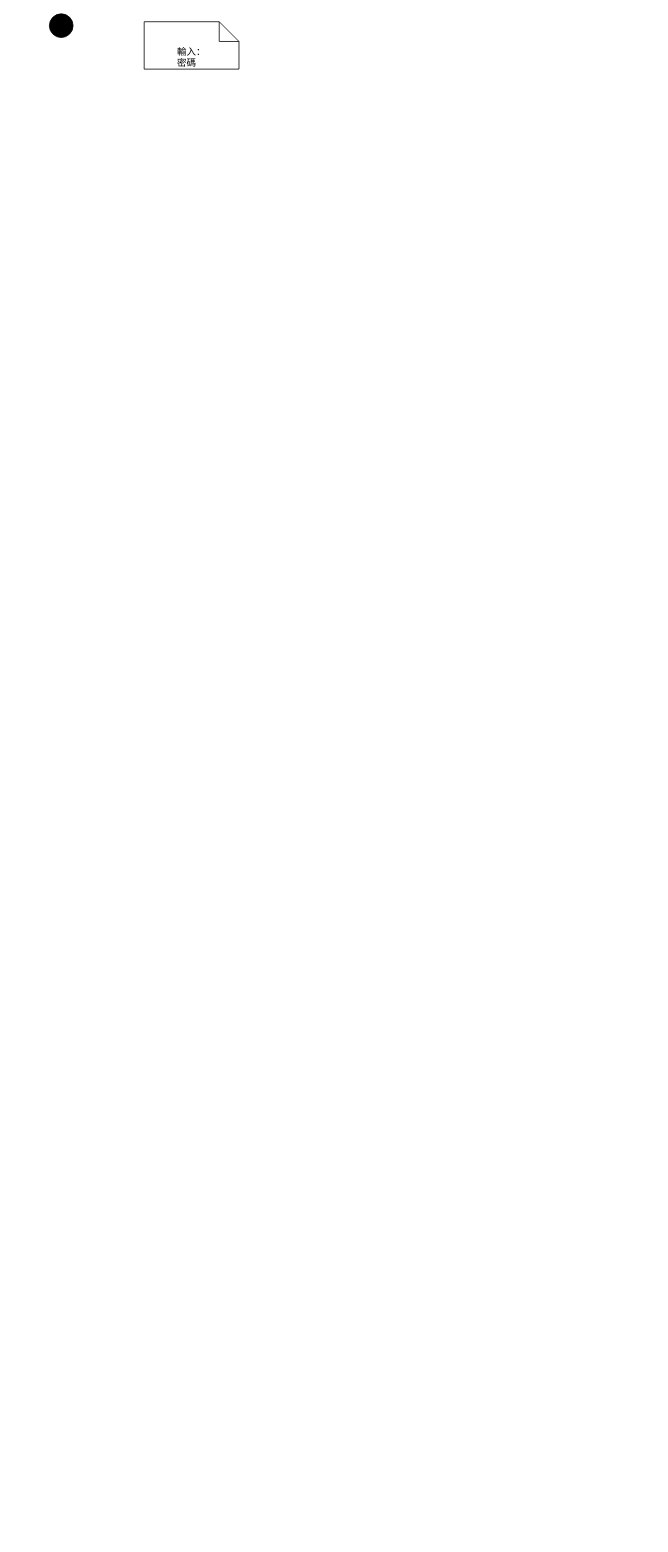
Miinteaa/Miinteaa keeps this draw.io diagram as SA_final.drawio. Above is the earlier version. Source tidied: cells renumbered, new cells numbered last; positions are measured from the earlier drawing's top-left corner, leaving out a move shared by most shapes. Both pictures are drawn from the tidied source at 79%, with x=0, y=0 at pixel (49, 13).
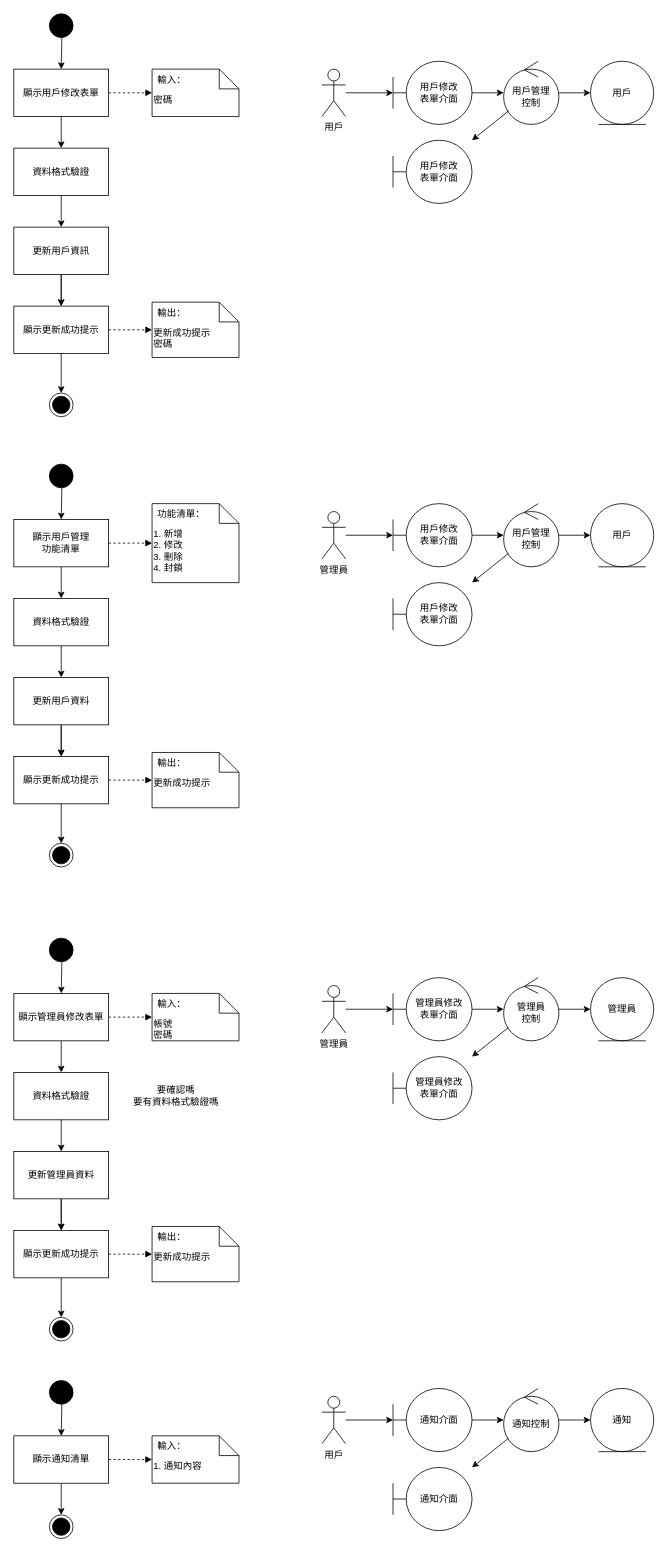
The same page after the edit.

Unchanged cells that the change refers to:
```xml
<mxCell id="2" style="ellipse;fillColor=strokeColor;html=1;" parent="1" vertex="1">
  <mxGeometry width="30" height="30" as="geometry" />
</mxCell>
```

Change to the diagram source:
```diff
@@
-    <mxCell id="3" value="&lt;div style=&quot;text-align: left;&quot;&gt;&lt;span style=&quot;background-color: initial;&quot;&gt;輸入：&lt;/span&gt;&lt;/div&gt;&lt;div style=&quot;text-align: left;&quot;&gt;&lt;span style=&quot;background-color: initial;&quot;&gt;密碼&lt;/span&gt;&lt;/div&gt;" style="shape=note2;boundedLbl=1;whiteSpace=wrap;html=1;size=25;verticalAlign=top;align=center;" parent="1" vertex="1">
-      <mxGeometry x="120" y="10" width="120" height="60" as="geometry" />
-    </mxCell>
+    <mxCell id="4" value="密碼" style="shape=note2;boundedLbl=1;whiteSpace=wrap;html=1;size=25;verticalAlign=top;align=left;" parent="1" vertex="1">
+      <mxGeometry x="130" y="70" width="110" height="60" as="geometry" />
+    </mxCell>
+    <mxCell id="5" value="輸入：" style="strokeColor=none;fillColor=none;align=left;spacingLeft=5;" parent="4" vertex="1">
+      <mxGeometry width="110" height="25" relative="1" as="geometry" />
+    </mxCell>
+    <mxCell id="6" style="endArrow=classic;html=1;rounded=0;" parent="1" edge="1" source="2" target="7">
+      <mxGeometry relative="1" as="geometry" />
+    </mxCell>
+    <mxCell id="7" value="顯示用戶修改表單" style="rounded=0;whiteSpace=wrap;html=1;" parent="1" vertex="1">
+      <mxGeometry x="-45" y="70" width="120" height="60" as="geometry" />
+    </mxCell>
+    <mxCell id="8" style="html=1;verticalAlign=bottom;labelBackgroundColor=none;endArrow=block;endFill=1;dashed=1;rounded=0;" parent="1" edge="1" source="7" target="4">
+      <mxGeometry relative="1" as="geometry" />
+    </mxCell>
+    <mxCell id="9" style="endArrow=classic;html=1;rounded=0;" parent="1" edge="1" source="7" target="10">
+      <mxGeometry relative="1" as="geometry" />
+    </mxCell>
+    <mxCell id="10" value="資料格式驗證" style="rounded=0;whiteSpace=wrap;html=1;" parent="1" vertex="1">
+      <mxGeometry x="-45" y="170" width="120" height="60" as="geometry" />
+    </mxCell>
+    <mxCell id="11" style="endArrow=classic;html=1;rounded=0;" parent="1" edge="1" source="10" target="13">
+      <mxGeometry relative="1" as="geometry" />
+    </mxCell>
+    <mxCell id="12" style="edgeStyle=orthogonalEdgeStyle;rounded=0;jettySize=auto;html=1;" parent="1" edge="1" source="13" target="15">
+      <mxGeometry relative="1" as="geometry" />
+    </mxCell>
+    <mxCell id="13" value="更新用戶資訊" style="rounded=0;whiteSpace=wrap;html=1;" parent="1" vertex="1">
+      <mxGeometry x="-45" y="270" width="120" height="60" as="geometry" />
+    </mxCell>
+    <mxCell id="14" style="endArrow=classic;html=1;rounded=0;" parent="1" edge="1" target="15">
+      <mxGeometry relative="1" as="geometry">
+        <mxPoint x="15" y="330" as="sourcePoint" />
+      </mxGeometry>
+    </mxCell>
+    <mxCell id="15" value="顯示更新成功提示" style="rounded=0;whiteSpace=wrap;html=1;" parent="1" vertex="1">
+      <mxGeometry x="-45" y="370" width="120" height="60" as="geometry" />
+    </mxCell>
+    <mxCell id="16" value="更新成功提示&lt;br&gt;密碼" style="shape=note2;boundedLbl=1;whiteSpace=wrap;html=1;size=25;verticalAlign=top;align=left;" parent="1" vertex="1">
+      <mxGeometry x="130" y="365" width="110" height="70" as="geometry" />
+    </mxCell>
+    <mxCell id="17" value="輸出：" style="strokeColor=none;fillColor=none;align=left;spacingLeft=5;" parent="16" vertex="1">
+      <mxGeometry width="110" height="25" relative="1" as="geometry" />
+    </mxCell>
+    <mxCell id="18" style="html=1;verticalAlign=bottom;labelBackgroundColor=none;endArrow=block;endFill=1;dashed=1;rounded=0;" parent="1" edge="1" source="15" target="16">
+      <mxGeometry relative="1" as="geometry" />
+    </mxCell>
+    <mxCell id="19" style="endArrow=classic;html=1;rounded=0;" parent="1" edge="1" source="15" target="20">
+      <mxGeometry relative="1" as="geometry" />
+    </mxCell>
+    <mxCell id="20" style="ellipse;html=1;shape=endState;fillColor=strokeColor;" parent="1" vertex="1">
+      <mxGeometry y="480" width="30" height="30" as="geometry" />
+    </mxCell>
+    <mxCell id="21" style="ellipse;fillColor=strokeColor;html=1;" parent="1" vertex="1">
+      <mxGeometry y="570" width="30" height="30" as="geometry" />
+    </mxCell>
+    <mxCell id="22" value="1. 新增&lt;br&gt;2. 修改&lt;br&gt;3. 刪除&lt;br&gt;4. 封鎖" style="shape=note2;boundedLbl=1;whiteSpace=wrap;html=1;size=25;verticalAlign=top;align=left;" parent="1" vertex="1">
+      <mxGeometry x="130" y="620" width="110" height="100" as="geometry" />
+    </mxCell>
+    <mxCell id="23" value="功能清單：" style="strokeColor=none;fillColor=none;align=left;spacingLeft=5;" parent="22" vertex="1">
+      <mxGeometry width="110" height="25" relative="1" as="geometry" />
+    </mxCell>
+    <mxCell id="24" style="endArrow=classic;html=1;rounded=0;" parent="1" edge="1" source="21" target="25">
+      <mxGeometry relative="1" as="geometry" />
+    </mxCell>
+    <mxCell id="25" value="顯示用戶管理&lt;br&gt;功能清單" style="rounded=0;whiteSpace=wrap;html=1;" parent="1" vertex="1">
+      <mxGeometry x="-45" y="640" width="120" height="60" as="geometry" />
+    </mxCell>
+    <mxCell id="26" style="html=1;verticalAlign=bottom;labelBackgroundColor=none;endArrow=block;endFill=1;dashed=1;rounded=0;" parent="1" edge="1" source="25" target="22">
+      <mxGeometry relative="1" as="geometry" />
+    </mxCell>
+    <mxCell id="27" style="endArrow=classic;html=1;rounded=0;" parent="1" edge="1" source="25" target="28">
+      <mxGeometry relative="1" as="geometry" />
+    </mxCell>
+    <mxCell id="28" value="資料格式驗證" style="rounded=0;whiteSpace=wrap;html=1;" parent="1" vertex="1">
+      <mxGeometry x="-45" y="740" width="120" height="60" as="geometry" />
+    </mxCell>
+    <mxCell id="29" style="endArrow=classic;html=1;rounded=0;" parent="1" edge="1" source="28" target="31">
+      <mxGeometry relative="1" as="geometry" />
+    </mxCell>
+    <mxCell id="30" style="edgeStyle=orthogonalEdgeStyle;rounded=0;jettySize=auto;html=1;" parent="1" edge="1" source="31" target="33">
+      <mxGeometry relative="1" as="geometry" />
+    </mxCell>
+    <mxCell id="31" value="更新用戶資料" style="rounded=0;whiteSpace=wrap;html=1;" parent="1" vertex="1">
+      <mxGeometry x="-45" y="840" width="120" height="60" as="geometry" />
+    </mxCell>
+    <mxCell id="32" style="endArrow=classic;html=1;rounded=0;" parent="1" edge="1" target="33">
+      <mxGeometry relative="1" as="geometry">
+        <mxPoint x="15" y="900" as="sourcePoint" />
+      </mxGeometry>
+    </mxCell>
+    <mxCell id="33" value="顯示更新成功提示" style="rounded=0;whiteSpace=wrap;html=1;" parent="1" vertex="1">
+      <mxGeometry x="-45" y="940" width="120" height="60" as="geometry" />
+    </mxCell>
+    <mxCell id="34" value="更新成功提示" style="shape=note2;boundedLbl=1;whiteSpace=wrap;html=1;size=25;verticalAlign=top;align=left;" parent="1" vertex="1">
+      <mxGeometry x="130" y="935" width="110" height="70" as="geometry" />
+    </mxCell>
+    <mxCell id="35" value="輸出：" style="strokeColor=none;fillColor=none;align=left;spacingLeft=5;" parent="34" vertex="1">
+      <mxGeometry width="110" height="25" relative="1" as="geometry" />
+    </mxCell>
+    <mxCell id="36" style="html=1;verticalAlign=bottom;labelBackgroundColor=none;endArrow=block;endFill=1;dashed=1;rounded=0;" parent="1" edge="1" source="33" target="34">
+      <mxGeometry relative="1" as="geometry" />
+    </mxCell>
+    <mxCell id="37" style="endArrow=classic;html=1;rounded=0;" parent="1" edge="1" source="33" target="38">
+      <mxGeometry relative="1" as="geometry" />
+    </mxCell>
+    <mxCell id="38" style="ellipse;html=1;shape=endState;fillColor=strokeColor;" parent="1" vertex="1">
+      <mxGeometry y="1050" width="30" height="30" as="geometry" />
+    </mxCell>
+    <mxCell id="39" style="ellipse;fillColor=strokeColor;html=1;" parent="1" vertex="1">
+      <mxGeometry y="1170" width="30" height="30" as="geometry" />
+    </mxCell>
+    <mxCell id="40" style="endArrow=classic;html=1;rounded=0;" parent="1" edge="1" source="39" target="41">
+      <mxGeometry relative="1" as="geometry" />
+    </mxCell>
+    <mxCell id="41" value="顯示管理員修改表單" style="rounded=0;whiteSpace=wrap;html=1;" parent="1" vertex="1">
+      <mxGeometry x="-45" y="1240" width="120" height="60" as="geometry" />
+    </mxCell>
+    <mxCell id="42" style="html=1;verticalAlign=bottom;labelBackgroundColor=none;endArrow=block;endFill=1;dashed=1;rounded=0;" parent="1" edge="1" source="41">
+      <mxGeometry relative="1" as="geometry">
+        <mxPoint x="130" y="1270" as="targetPoint" />
+      </mxGeometry>
+    </mxCell>
+    <mxCell id="43" style="endArrow=classic;html=1;rounded=0;" parent="1" edge="1" source="41" target="44">
+      <mxGeometry relative="1" as="geometry" />
+    </mxCell>
+    <mxCell id="44" value="資料格式驗證" style="rounded=0;whiteSpace=wrap;html=1;" parent="1" vertex="1">
+      <mxGeometry x="-45" y="1340" width="120" height="60" as="geometry" />
+    </mxCell>
+    <mxCell id="45" style="endArrow=classic;html=1;rounded=0;" parent="1" edge="1" source="44" target="47">
+      <mxGeometry relative="1" as="geometry" />
+    </mxCell>
+    <mxCell id="46" style="edgeStyle=orthogonalEdgeStyle;rounded=0;jettySize=auto;html=1;" parent="1" edge="1" source="47" target="49">
+      <mxGeometry relative="1" as="geometry" />
+    </mxCell>
+    <mxCell id="47" value="更新管理員資料" style="rounded=0;whiteSpace=wrap;html=1;" parent="1" vertex="1">
+      <mxGeometry x="-45" y="1440" width="120" height="60" as="geometry" />
+    </mxCell>
+    <mxCell id="48" style="endArrow=classic;html=1;rounded=0;" parent="1" edge="1" target="49">
+      <mxGeometry relative="1" as="geometry">
+        <mxPoint x="15" y="1500" as="sourcePoint" />
+      </mxGeometry>
+    </mxCell>
+    <mxCell id="49" value="顯示更新成功提示" style="rounded=0;whiteSpace=wrap;html=1;" parent="1" vertex="1">
+      <mxGeometry x="-45" y="1540" width="120" height="60" as="geometry" />
+    </mxCell>
+    <mxCell id="50" value="更新成功提示" style="shape=note2;boundedLbl=1;whiteSpace=wrap;html=1;size=25;verticalAlign=top;align=left;" parent="1" vertex="1">
+      <mxGeometry x="130" y="1535" width="110" height="70" as="geometry" />
+    </mxCell>
+    <mxCell id="51" value="輸出：" style="strokeColor=none;fillColor=none;align=left;spacingLeft=5;" parent="50" vertex="1">
+      <mxGeometry width="110" height="25" relative="1" as="geometry" />
+    </mxCell>
+    <mxCell id="52" style="html=1;verticalAlign=bottom;labelBackgroundColor=none;endArrow=block;endFill=1;dashed=1;rounded=0;" parent="1" edge="1" source="49" target="50">
+      <mxGeometry relative="1" as="geometry" />
+    </mxCell>
+    <mxCell id="53" style="endArrow=classic;html=1;rounded=0;" parent="1" edge="1" source="49" target="54">
+      <mxGeometry relative="1" as="geometry" />
+    </mxCell>
+    <mxCell id="54" style="ellipse;html=1;shape=endState;fillColor=strokeColor;" parent="1" vertex="1">
+      <mxGeometry y="1650" width="30" height="30" as="geometry" />
+    </mxCell>
+    <mxCell id="55" value="帳號&lt;br&gt;密碼" style="shape=note2;boundedLbl=1;whiteSpace=wrap;html=1;size=25;verticalAlign=top;align=left;" parent="1" vertex="1">
+      <mxGeometry x="130" y="1240" width="110" height="60" as="geometry" />
+    </mxCell>
+    <mxCell id="56" value="輸入：" style="strokeColor=none;fillColor=none;align=left;spacingLeft=5;" parent="55" vertex="1">
+      <mxGeometry width="110" height="25" relative="1" as="geometry" />
+    </mxCell>
+    <mxCell id="57" style="ellipse;fillColor=strokeColor;html=1;" parent="1" vertex="1">
+      <mxGeometry y="1730" width="30" height="30" as="geometry" />
+    </mxCell>
+    <mxCell id="58" style="endArrow=classic;html=1;rounded=0;" parent="1" edge="1" source="57" target="59">
+      <mxGeometry relative="1" as="geometry" />
+    </mxCell>
+    <mxCell id="59" value="顯示通知清單" style="rounded=0;whiteSpace=wrap;html=1;" parent="1" vertex="1">
+      <mxGeometry x="-45" y="1800" width="120" height="60" as="geometry" />
+    </mxCell>
+    <mxCell id="60" style="html=1;verticalAlign=bottom;labelBackgroundColor=none;endArrow=block;endFill=1;dashed=1;rounded=0;" parent="1" edge="1" source="59">
+      <mxGeometry relative="1" as="geometry">
+        <mxPoint x="130" y="1830" as="targetPoint" />
+      </mxGeometry>
+    </mxCell>
+    <mxCell id="61" style="endArrow=classic;html=1;rounded=0;" parent="1" edge="1" source="59">
+      <mxGeometry relative="1" as="geometry">
+        <mxPoint x="15" y="1900" as="targetPoint" />
+      </mxGeometry>
+    </mxCell>
+    <mxCell id="62" style="ellipse;html=1;shape=endState;fillColor=strokeColor;" parent="1" vertex="1">
+      <mxGeometry y="1900" width="30" height="30" as="geometry" />
+    </mxCell>
+    <mxCell id="63" value="1. 通知內容&amp;nbsp;" style="shape=note2;boundedLbl=1;whiteSpace=wrap;html=1;size=25;verticalAlign=top;align=left;" parent="1" vertex="1">
+      <mxGeometry x="130" y="1800" width="110" height="60" as="geometry" />
+    </mxCell>
+    <mxCell id="64" value="輸入：" style="strokeColor=none;fillColor=none;align=left;spacingLeft=5;" parent="63" vertex="1">
+      <mxGeometry width="110" height="25" relative="1" as="geometry" />
+    </mxCell>
+    <mxCell id="65" value="用戶" style="ellipse;shape=umlEntity;whiteSpace=wrap;html=1;" parent="1" vertex="1">
+      <mxGeometry x="685" y="60" width="80" height="80" as="geometry" />
+    </mxCell>
+    <mxCell id="66" value="用戶修改&lt;br&gt;表單介面" style="shape=umlBoundary;whiteSpace=wrap;html=1;" parent="1" vertex="1">
+      <mxGeometry x="435" y="60" width="100" height="80" as="geometry" />
+    </mxCell>
+    <mxCell id="67" value="用戶" style="shape=umlActor;verticalLabelPosition=bottom;verticalAlign=top;html=1;" parent="1" vertex="1">
+      <mxGeometry x="345" y="70" width="30" height="60" as="geometry" />
+    </mxCell>
+    <mxCell id="68" style="endArrow=classic;html=1;rounded=0;" parent="1" edge="1" source="67" target="66">
+      <mxGeometry relative="1" as="geometry" />
+    </mxCell>
+    <mxCell id="69" value="用戶管理&lt;br&gt;控制" style="ellipse;shape=umlControl;whiteSpace=wrap;html=1;" parent="1" vertex="1">
+      <mxGeometry x="575" y="60" width="70" height="80" as="geometry" />
+    </mxCell>
+    <mxCell id="70" style="endArrow=classic;html=1;rounded=0;" parent="1" edge="1" source="66" target="69">
+      <mxGeometry relative="1" as="geometry" />
+    </mxCell>
+    <mxCell id="71" style="endArrow=classic;html=1;rounded=0;" parent="1" edge="1" source="69" target="65">
+      <mxGeometry relative="1" as="geometry" />
+    </mxCell>
+    <mxCell id="72" value="用戶修改&lt;br&gt;表單介面" style="shape=umlBoundary;whiteSpace=wrap;html=1;" parent="1" vertex="1">
+      <mxGeometry x="435" y="160" width="100" height="80" as="geometry" />
+    </mxCell>
+    <mxCell id="73" style="endArrow=classic;html=1;rounded=0;" parent="1" edge="1" source="69" target="72">
+      <mxGeometry relative="1" as="geometry" />
+    </mxCell>
+    <mxCell id="74" value="用戶" style="ellipse;shape=umlEntity;whiteSpace=wrap;html=1;" parent="1" vertex="1">
+      <mxGeometry x="685" y="620" width="80" height="80" as="geometry" />
+    </mxCell>
+    <mxCell id="75" value="用戶修改&lt;br&gt;表單介面" style="shape=umlBoundary;whiteSpace=wrap;html=1;" parent="1" vertex="1">
+      <mxGeometry x="435" y="620" width="100" height="80" as="geometry" />
+    </mxCell>
+    <mxCell id="76" value="管理員" style="shape=umlActor;verticalLabelPosition=bottom;verticalAlign=top;html=1;" parent="1" vertex="1">
+      <mxGeometry x="345" y="630" width="30" height="60" as="geometry" />
+    </mxCell>
+    <mxCell id="77" style="endArrow=classic;html=1;rounded=0;" parent="1" edge="1" source="76" target="75">
+      <mxGeometry relative="1" as="geometry" />
+    </mxCell>
+    <mxCell id="78" value="用戶管理&lt;br&gt;控制" style="ellipse;shape=umlControl;whiteSpace=wrap;html=1;" parent="1" vertex="1">
+      <mxGeometry x="575" y="620" width="70" height="80" as="geometry" />
+    </mxCell>
+    <mxCell id="79" style="endArrow=classic;html=1;rounded=0;" parent="1" edge="1" source="75" target="78">
+      <mxGeometry relative="1" as="geometry" />
+    </mxCell>
+    <mxCell id="80" style="endArrow=classic;html=1;rounded=0;" parent="1" edge="1" source="78" target="74">
+      <mxGeometry relative="1" as="geometry" />
+    </mxCell>
+    <mxCell id="81" value="用戶修改&lt;br&gt;表單介面" style="shape=umlBoundary;whiteSpace=wrap;html=1;" parent="1" vertex="1">
+      <mxGeometry x="435" y="720" width="100" height="80" as="geometry" />
+    </mxCell>
+    <mxCell id="82" style="endArrow=classic;html=1;rounded=0;" parent="1" edge="1" source="78" target="81">
+      <mxGeometry relative="1" as="geometry" />
+    </mxCell>
+    <mxCell id="83" value="管理員" style="ellipse;shape=umlEntity;whiteSpace=wrap;html=1;" parent="1" vertex="1">
+      <mxGeometry x="685" y="1220" width="80" height="80" as="geometry" />
+    </mxCell>
+    <mxCell id="84" value="管理員修改&lt;br&gt;表單介面" style="shape=umlBoundary;whiteSpace=wrap;html=1;" parent="1" vertex="1">
+      <mxGeometry x="435" y="1220" width="100" height="80" as="geometry" />
+    </mxCell>
+    <mxCell id="85" value="管理員" style="shape=umlActor;verticalLabelPosition=bottom;verticalAlign=top;html=1;" parent="1" vertex="1">
+      <mxGeometry x="345" y="1230" width="30" height="60" as="geometry" />
+    </mxCell>
+    <mxCell id="86" style="endArrow=classic;html=1;rounded=0;" parent="1" edge="1" source="85" target="84">
+      <mxGeometry relative="1" as="geometry" />
+    </mxCell>
+    <mxCell id="87" value="管理員&lt;br&gt;控制" style="ellipse;shape=umlControl;whiteSpace=wrap;html=1;" parent="1" vertex="1">
+      <mxGeometry x="575" y="1220" width="70" height="80" as="geometry" />
+    </mxCell>
+    <mxCell id="88" style="endArrow=classic;html=1;rounded=0;" parent="1" edge="1" source="84" target="87">
+      <mxGeometry relative="1" as="geometry" />
+    </mxCell>
+    <mxCell id="89" style="endArrow=classic;html=1;rounded=0;" parent="1" edge="1" source="87" target="83">
+      <mxGeometry relative="1" as="geometry" />
+    </mxCell>
+    <mxCell id="90" value="管理員修改&lt;br&gt;表單介面" style="shape=umlBoundary;whiteSpace=wrap;html=1;" parent="1" vertex="1">
+      <mxGeometry x="435" y="1320" width="100" height="80" as="geometry" />
+    </mxCell>
+    <mxCell id="91" style="endArrow=classic;html=1;rounded=0;" parent="1" edge="1" source="87" target="90">
+      <mxGeometry relative="1" as="geometry" />
+    </mxCell>
+    <mxCell id="92" value="通知" style="ellipse;shape=umlEntity;whiteSpace=wrap;html=1;" parent="1" vertex="1">
+      <mxGeometry x="685" y="1740" width="80" height="80" as="geometry" />
+    </mxCell>
+    <mxCell id="93" value="通知介面" style="shape=umlBoundary;whiteSpace=wrap;html=1;" parent="1" vertex="1">
+      <mxGeometry x="435" y="1740" width="100" height="80" as="geometry" />
+    </mxCell>
+    <mxCell id="94" value="用戶" style="shape=umlActor;verticalLabelPosition=bottom;verticalAlign=top;html=1;" parent="1" vertex="1">
+      <mxGeometry x="345" y="1750" width="30" height="60" as="geometry" />
+    </mxCell>
+    <mxCell id="95" style="endArrow=classic;html=1;rounded=0;" parent="1" edge="1" source="94" target="93">
+      <mxGeometry relative="1" as="geometry" />
+    </mxCell>
+    <mxCell id="96" value="通知控制" style="ellipse;shape=umlControl;whiteSpace=wrap;html=1;" parent="1" vertex="1">
+      <mxGeometry x="575" y="1740" width="70" height="80" as="geometry" />
+    </mxCell>
+    <mxCell id="97" style="endArrow=classic;html=1;rounded=0;" parent="1" edge="1" source="93" target="96">
+      <mxGeometry relative="1" as="geometry" />
+    </mxCell>
+    <mxCell id="98" style="endArrow=classic;html=1;rounded=0;" parent="1" edge="1" source="96" target="92">
+      <mxGeometry relative="1" as="geometry" />
+    </mxCell>
+    <mxCell id="99" value="通知介面" style="shape=umlBoundary;whiteSpace=wrap;html=1;" parent="1" vertex="1">
+      <mxGeometry x="435" y="1840" width="100" height="80" as="geometry" />
+    </mxCell>
+    <mxCell id="100" style="endArrow=classic;html=1;rounded=0;" parent="1" edge="1" source="96" target="99">
+      <mxGeometry relative="1" as="geometry" />
+    </mxCell>
+    <mxCell id="101" value="要確認嗎&lt;br&gt;要有資料格式驗證嗎" style="text;html=1;align=center;verticalAlign=middle;strokeColor=none;fillColor=none;" parent="1" vertex="1">
+      <mxGeometry x="95" y="1350" width="130" height="40" as="geometry" />
+    </mxCell>
```
